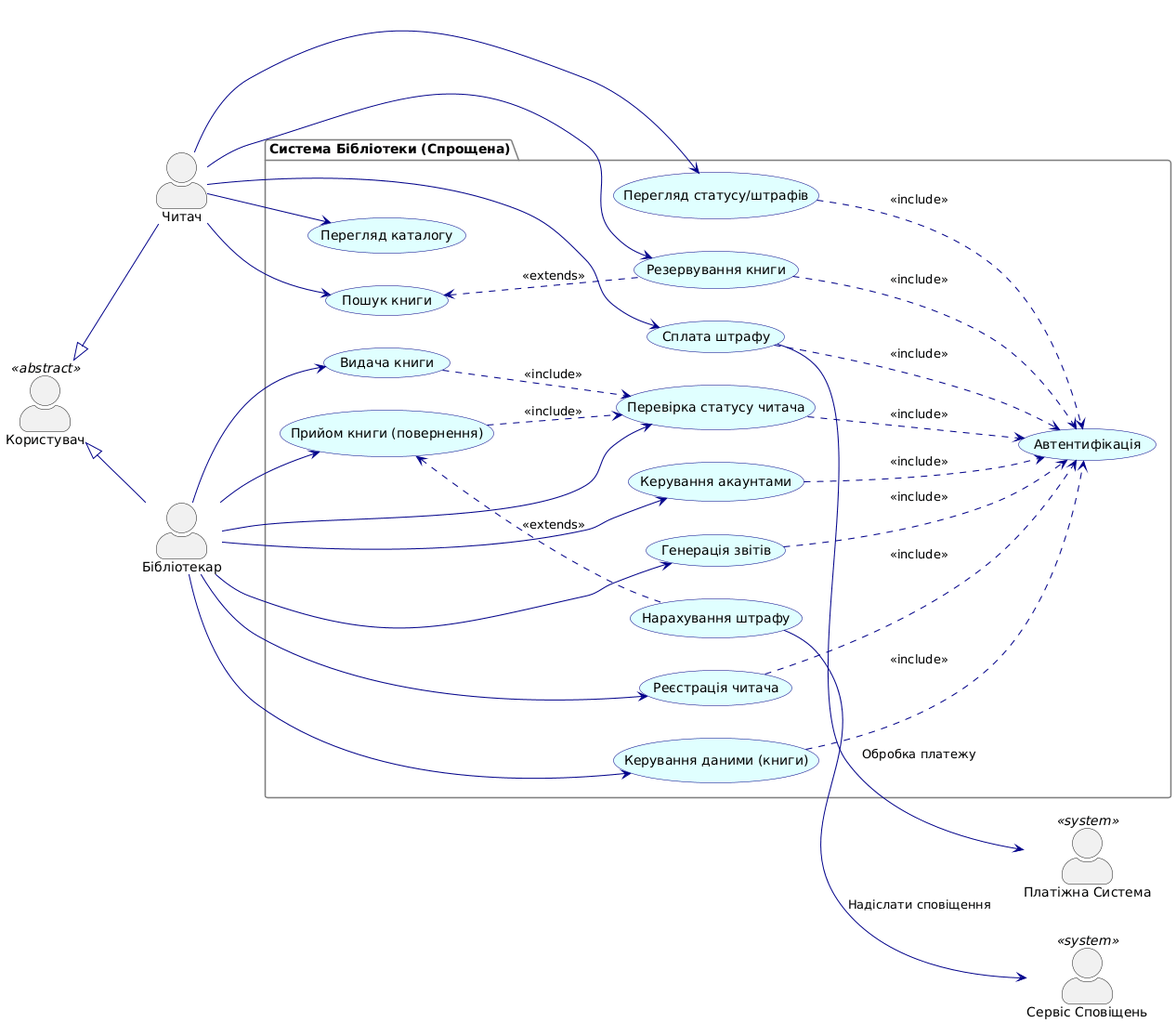
DenysP21/Labs_KPI_2 keeps this PlantUML diagram as Lab2/PlantUML2.png. Above is the earlier version. The source it was exported from:
```plantuml
@startuml
skinparam actorStyle awesome
skinparam useCase {
    BackgroundColor #LightCyan
    BorderColor #DarkBlue
    ArrowColor #DarkBlue
    ActorBorderColor #DarkSlateGray
}
skinparam package {
    BackgroundColor #F8F8F8
    BorderColor #Gray
}

left to right direction

actor "Користувач" as User <<abstract>>
actor "Читач" as Member
actor "Бібліотекар" as Librarian
actor "Платіжна Система" as EPS <<system>>
actor "Сервіс Сповіщень" as NS <<system>>

User <|-- Member
User <|-- Librarian

package "Система Бібліотеки (Спрощена)" {

    usecase "Автентифікація" as UC_Auth

    usecase "Перегляд каталогу" as UC_Catalog
    usecase "Пошук книги" as UC_Search
    usecase "Резервування книги" as UC_Reserve
    usecase "Перегляд статусу/штрафів" as UC_Status
    usecase "Сплата штрафу" as UC_PayFine

    usecase "Реєстрація читача" as UC_Register
    usecase "Перевірка статусу читача" as UC_MemberStatus
    usecase "Видача книги" as UC_Issuance
    usecase "Прийом книги (повернення)" as UC_Reception
    usecase "Керування даними (книги)" as UC_Data
    usecase "Керування акаунтами" as UC_Account
    usecase "Генерація звітів" as UC_Report
    usecase "Нарахування штрафу" as UC_Penalty
}

Member --> UC_Catalog
Member --> UC_Search
Member --> UC_Reserve
Member --> UC_Status
Member --> UC_PayFine

Librarian --> UC_Register
Librarian --> UC_Issuance
Librarian --> UC_Reception
Librarian --> UC_Data
Librarian --> UC_Account
Librarian --> UC_Report
Librarian --> UC_MemberStatus

UC_PayFine --> EPS : "Обробка платежу"
UC_Penalty --> NS : "Надіслати сповіщення"


UC_Reception <.. UC_Penalty : <<extends>>
UC_Search <.. UC_Reserve : <<extends>>


UC_Reserve ..> UC_Auth : <<include>>
UC_Status ..> UC_Auth : <<include>>
UC_PayFine ..> UC_Auth : <<include>>

UC_Register ..> UC_Auth : <<include>>
UC_Data ..> UC_Auth : <<include>>
UC_Account ..> UC_Auth : <<include>>
UC_Report ..> UC_Auth : <<include>>
UC_MemberStatus ..> UC_Auth : <<include>>

UC_Issuance ..> UC_MemberStatus : <<include>>
UC_Reception ..> UC_MemberStatus : <<include>>
@enduml
```
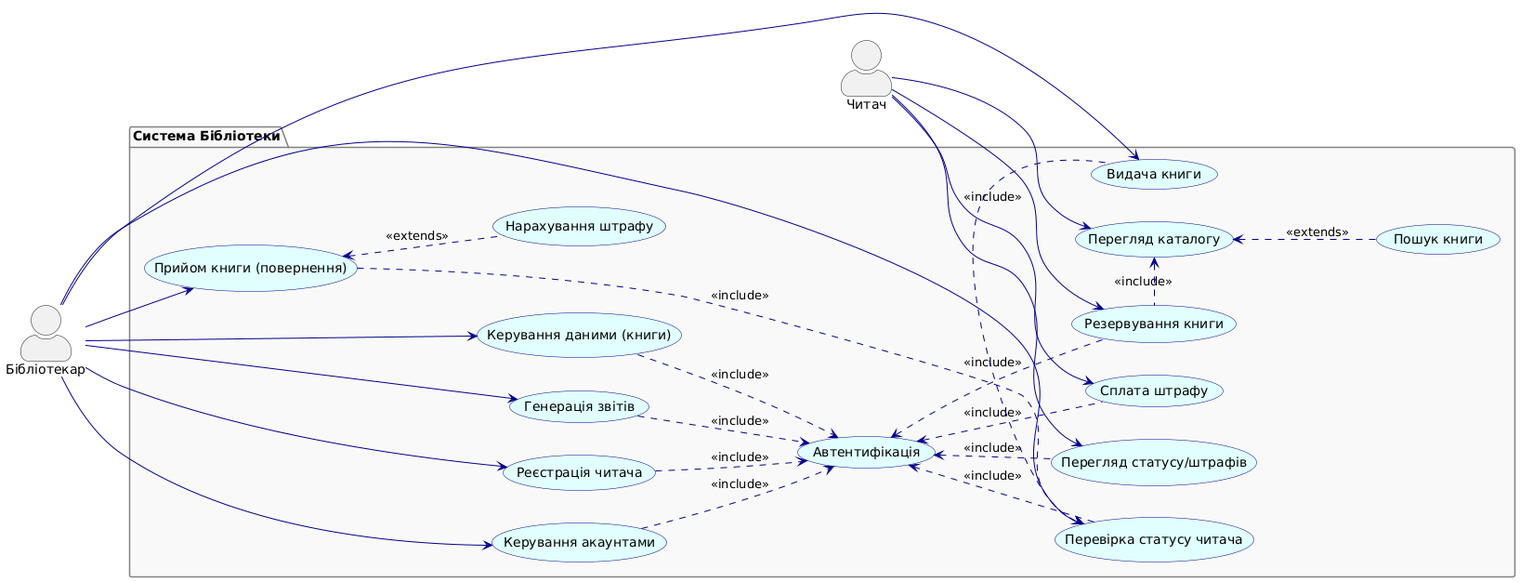
Later version of the same file.

Change to the diagram source:
```diff
@@ -13,37 +13,33 @@
 
 left to right direction
 
-actor "Користувач" as User <<abstract>>
 actor "Читач" as Member
 actor "Бібліотекар" as Librarian
-actor "Платіжна Система" as EPS <<system>>
-actor "Сервіс Сповіщень" as NS <<system>>
 
-User <|-- Member
-User <|-- Librarian
-
-package "Система Бібліотеки (Спрощена)" {
-
-    usecase "Автентифікація" as UC_Auth
-
+package "Система Бібліотеки" {
     usecase "Перегляд каталогу" as UC_Catalog
     usecase "Пошук книги" as UC_Search
     usecase "Резервування книги" as UC_Reserve
+    usecase "Сплата штрафу" as UC_PayFine
     usecase "Перегляд статусу/штрафів" as UC_Status
-    usecase "Сплата штрафу" as UC_PayFine
+
+    usecase "Автентифікація" as UC_Auth
+    usecase "Перевірка статусу читача" as UC_MemberStatus
 
     usecase "Реєстрація читача" as UC_Register
-    usecase "Перевірка статусу читача" as UC_MemberStatus
     usecase "Видача книги" as UC_Issuance
     usecase "Прийом книги (повернення)" as UC_Reception
+    usecase "Нарахування штрафу" as UC_Penalty
+
     usecase "Керування даними (книги)" as UC_Data
     usecase "Керування акаунтами" as UC_Account
     usecase "Генерація звітів" as UC_Report
-    usecase "Нарахування штрафу" as UC_Penalty
+
+    UC_Auth -[hidden]right-> UC_MemberStatus
+    UC_Reception -[hidden]down-> UC_Data
 }
 
 Member --> UC_Catalog
-Member --> UC_Search
 Member --> UC_Reserve
 Member --> UC_Status
 Member --> UC_PayFine
@@ -56,24 +52,21 @@
 Librarian --> UC_Report
 Librarian --> UC_MemberStatus
 
-UC_PayFine --> EPS : "Обробка платежу"
-UC_Penalty --> NS : "Надіслати сповіщення"
 
+UC_Reserve .up.> UC_Auth : <<include>>
+UC_Status .up.> UC_Auth : <<include>>
+UC_PayFine .up.> UC_Auth : <<include>>
+
+UC_Register .down.> UC_Auth : <<include>>
+UC_Data .down.> UC_Auth : <<include>>
+UC_Account .down.> UC_Auth : <<include>>
+UC_Report .down.> UC_Auth : <<include>>
+UC_MemberStatus .down.> UC_Auth : <<include>>
+
+UC_Catalog <.. UC_Search : <<extends>>
+UC_Reserve .left.> UC_Catalog : <<include>>
 
 UC_Reception <.. UC_Penalty : <<extends>>
-UC_Search <.. UC_Reserve : <<extends>>
-
-
-UC_Reserve ..> UC_Auth : <<include>>
-UC_Status ..> UC_Auth : <<include>>
-UC_PayFine ..> UC_Auth : <<include>>
-
-UC_Register ..> UC_Auth : <<include>>
-UC_Data ..> UC_Auth : <<include>>
-UC_Account ..> UC_Auth : <<include>>
-UC_Report ..> UC_Auth : <<include>>
-UC_MemberStatus ..> UC_Auth : <<include>>
-
-UC_Issuance ..> UC_MemberStatus : <<include>>
-UC_Reception ..> UC_MemberStatus : <<include>>
+UC_Reception .right.> UC_MemberStatus : <<include>>
+UC_Issuance .left.> UC_MemberStatus : <<include>>
 @enduml
```
